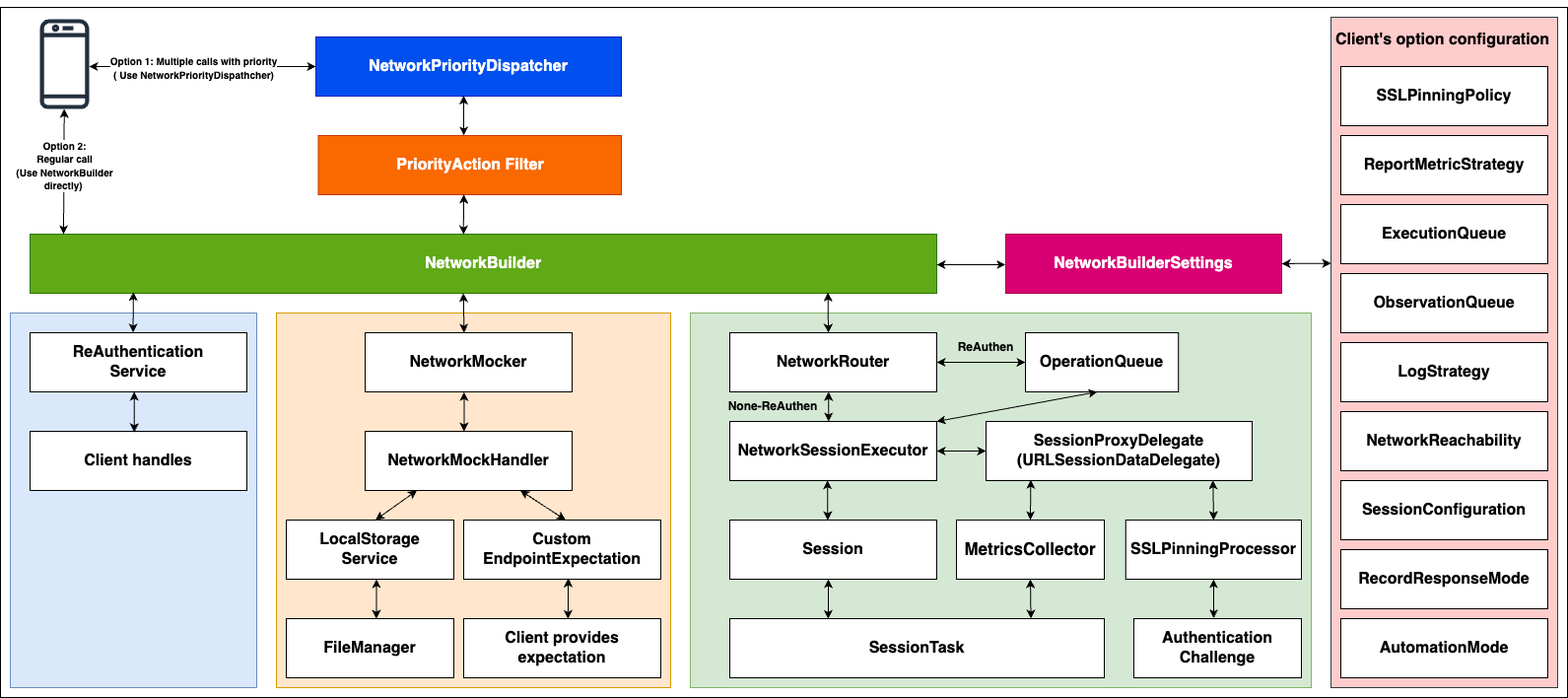
Before: Documents/NetworkCompose-Architecture.png, a diagram exported from draw.io (harryngict/NetworkCompose). Source tidied: cells renumbered, new cells last; positions are measured from the earlier drawing's top-left corner, leaving out a move shared by most shapes.
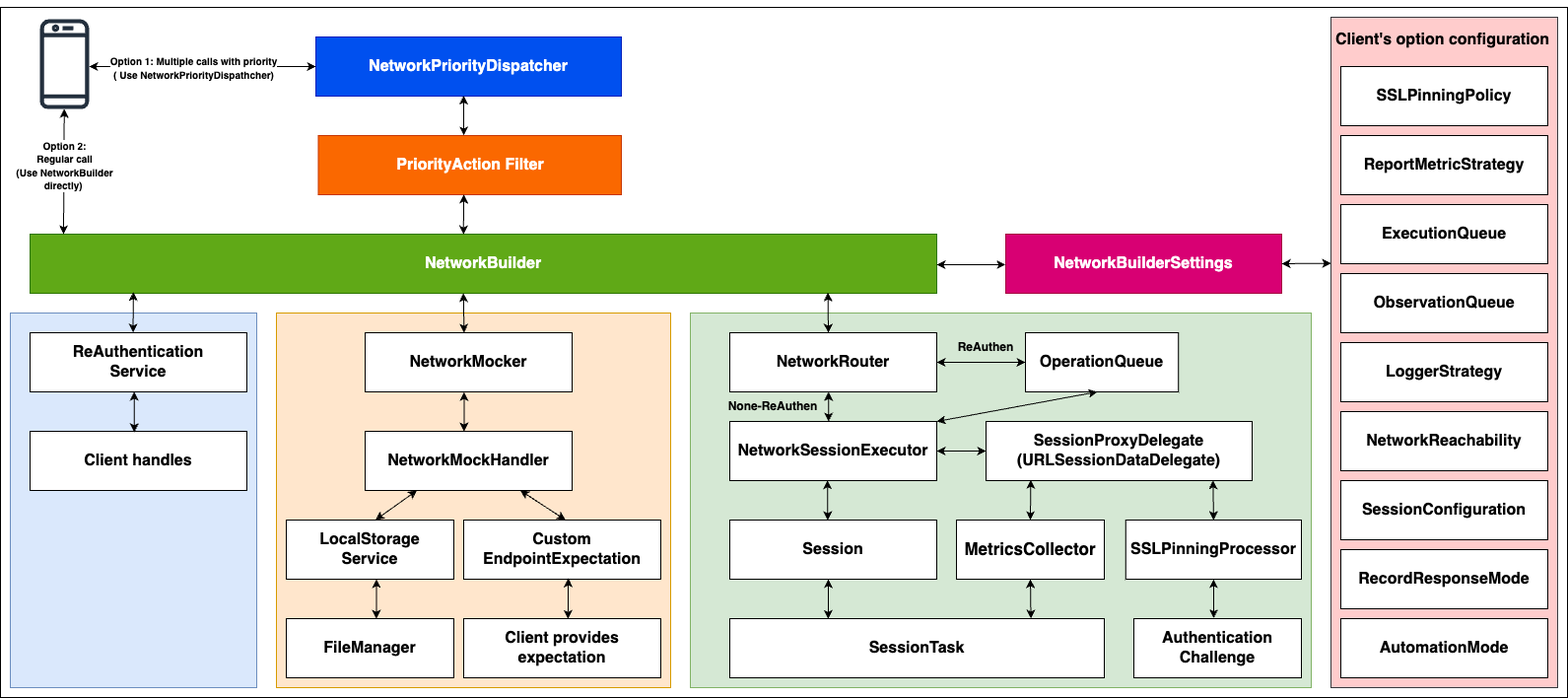
Above is the later version.

Diff of the diagram source:
```diff
@@ -95,7 +95,7 @@
     <mxCell id="31" value="&lt;font style=&quot;font-size: 16px;&quot;&gt;&lt;b&gt;RecordResponseMode&lt;/b&gt;&lt;/font&gt;" style="rounded=0;whiteSpace=wrap;html=1;" parent="1" vertex="1">
       <mxGeometry x="1360" y="550" width="210" height="60" as="geometry" />
     </mxCell>
-    <mxCell id="32" value="&lt;font style=&quot;font-size: 16px;&quot;&gt;&lt;b&gt;LogStrategy&lt;/b&gt;&lt;/font&gt;" style="rounded=0;whiteSpace=wrap;html=1;" parent="1" vertex="1">
+    <mxCell id="32" value="&lt;font style=&quot;font-size: 16px;&quot;&gt;&lt;b&gt;LoggerStrategy&lt;/b&gt;&lt;/font&gt;" style="rounded=0;whiteSpace=wrap;html=1;" parent="1" vertex="1">
       <mxGeometry x="1360" y="340" width="210" height="60" as="geometry" />
     </mxCell>
     <mxCell id="33" value="&lt;font style=&quot;font-size: 16px;&quot;&gt;&lt;b&gt;ReportMetricStrategy&lt;/b&gt;&lt;/font&gt;" style="rounded=0;whiteSpace=wrap;html=1;" parent="1" vertex="1">
```
